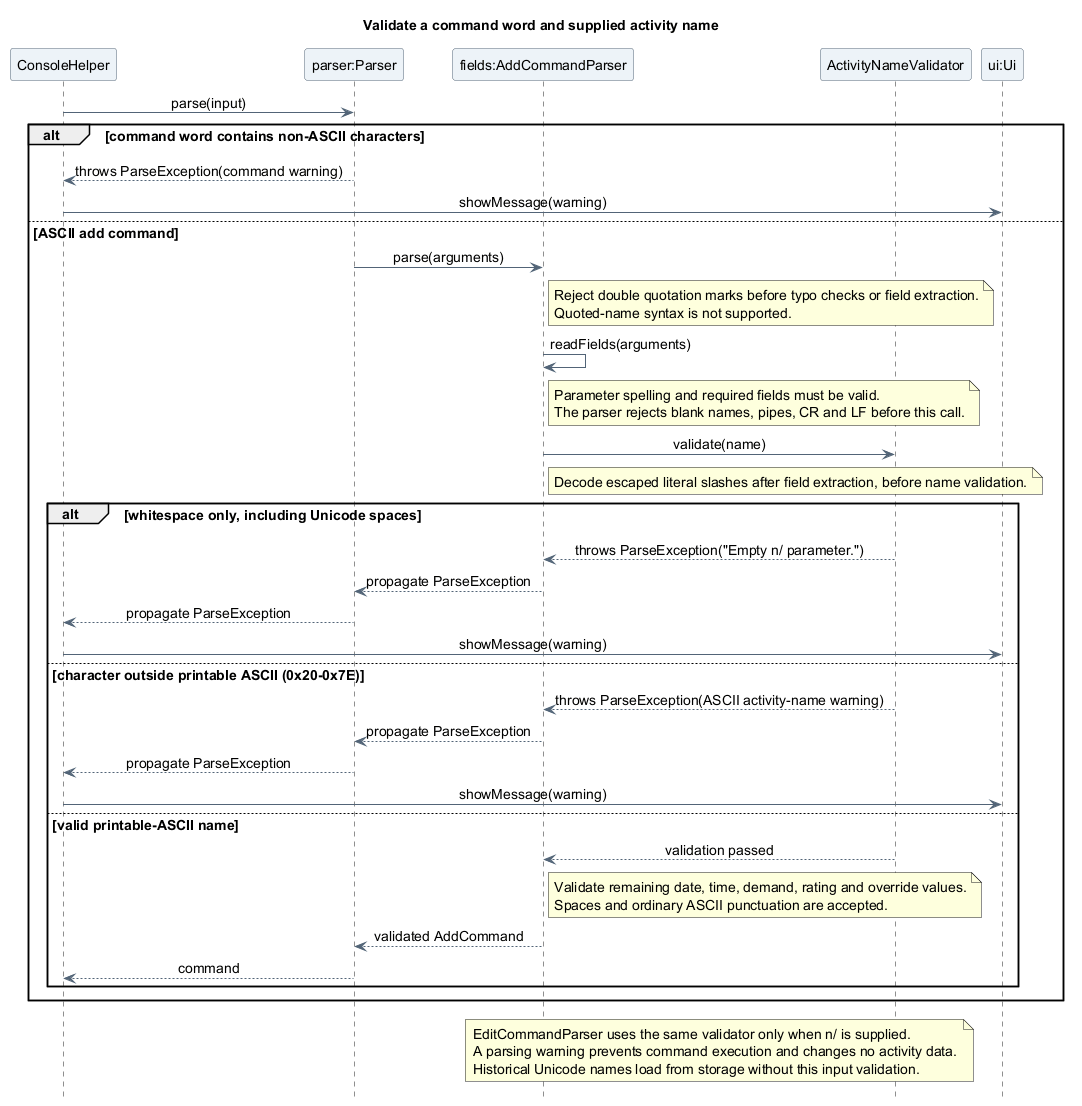
Above: docs/images/atharva/sequence/ActivityNameValidationSequence.png in AY2627S1-CS2113-T10-4/tp (PlantUML), before the change.
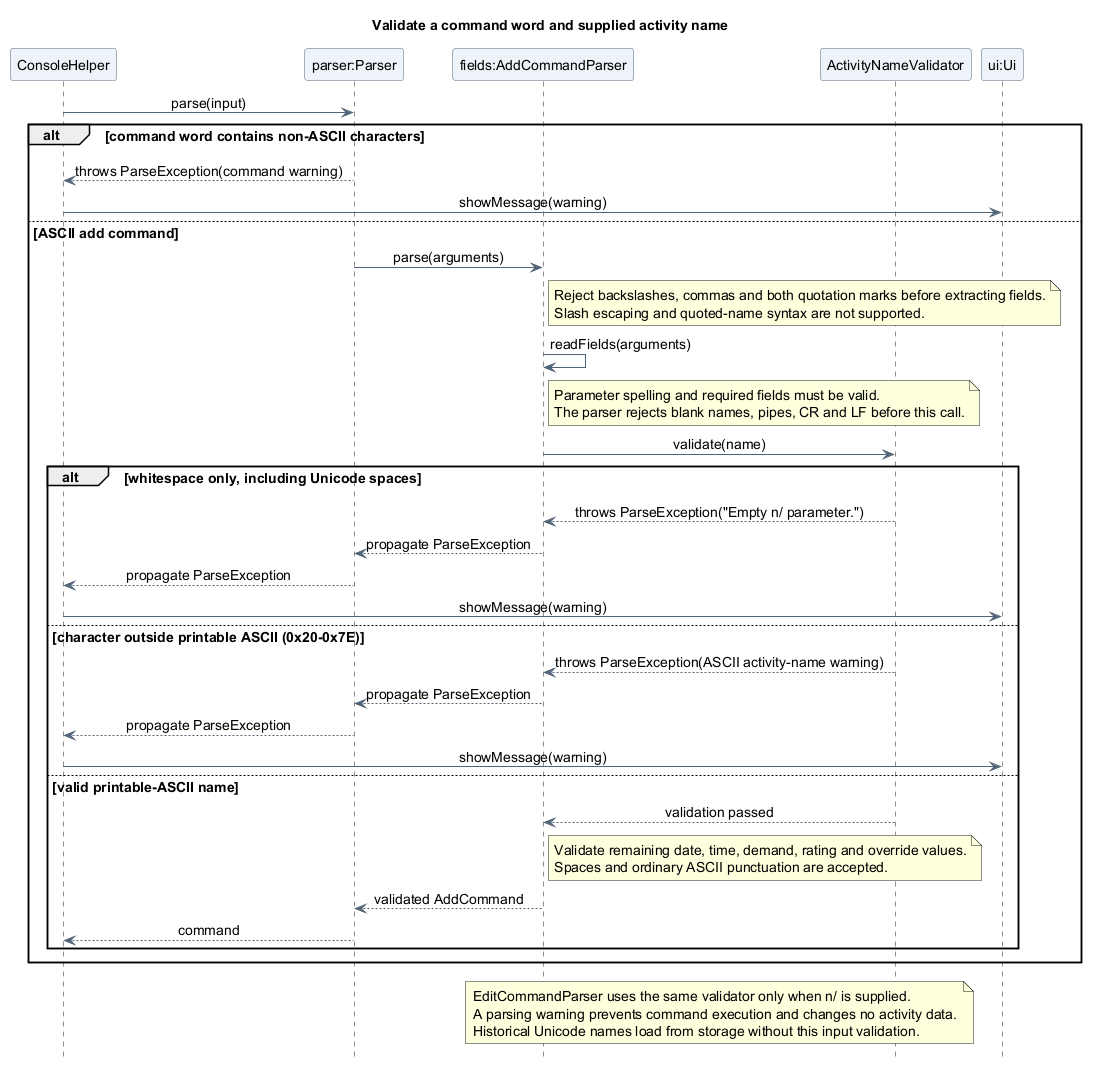
The same file after the commit.

Diff of the diagram source:
```diff
@@ -23,8 +23,8 @@
 else ASCII add command
   Parser -> Fields : parse(arguments)
   note right of Fields
-    Reject double quotation marks before typo checks or field extraction.
-    Quoted-name syntax is not supported.
+    Reject backslashes, commas and both quotation marks before extracting fields.
+    Slash escaping and quoted-name syntax are not supported.
   end note
   Fields -> Fields : readFields(arguments)
   note right of Fields
@@ -32,9 +32,6 @@
     The parser rejects blank names, pipes, CR and LF before this call.
   end note
   Fields -> Validator : validate(name)
-  note right of Fields
-    Decode escaped literal slashes after field extraction, before name validation.
-  end note
   alt whitespace only, including Unicode spaces
     Validator --> Fields : throws ParseException("Empty n/ parameter.")
     Fields --> Parser : propagate ParseException
```
